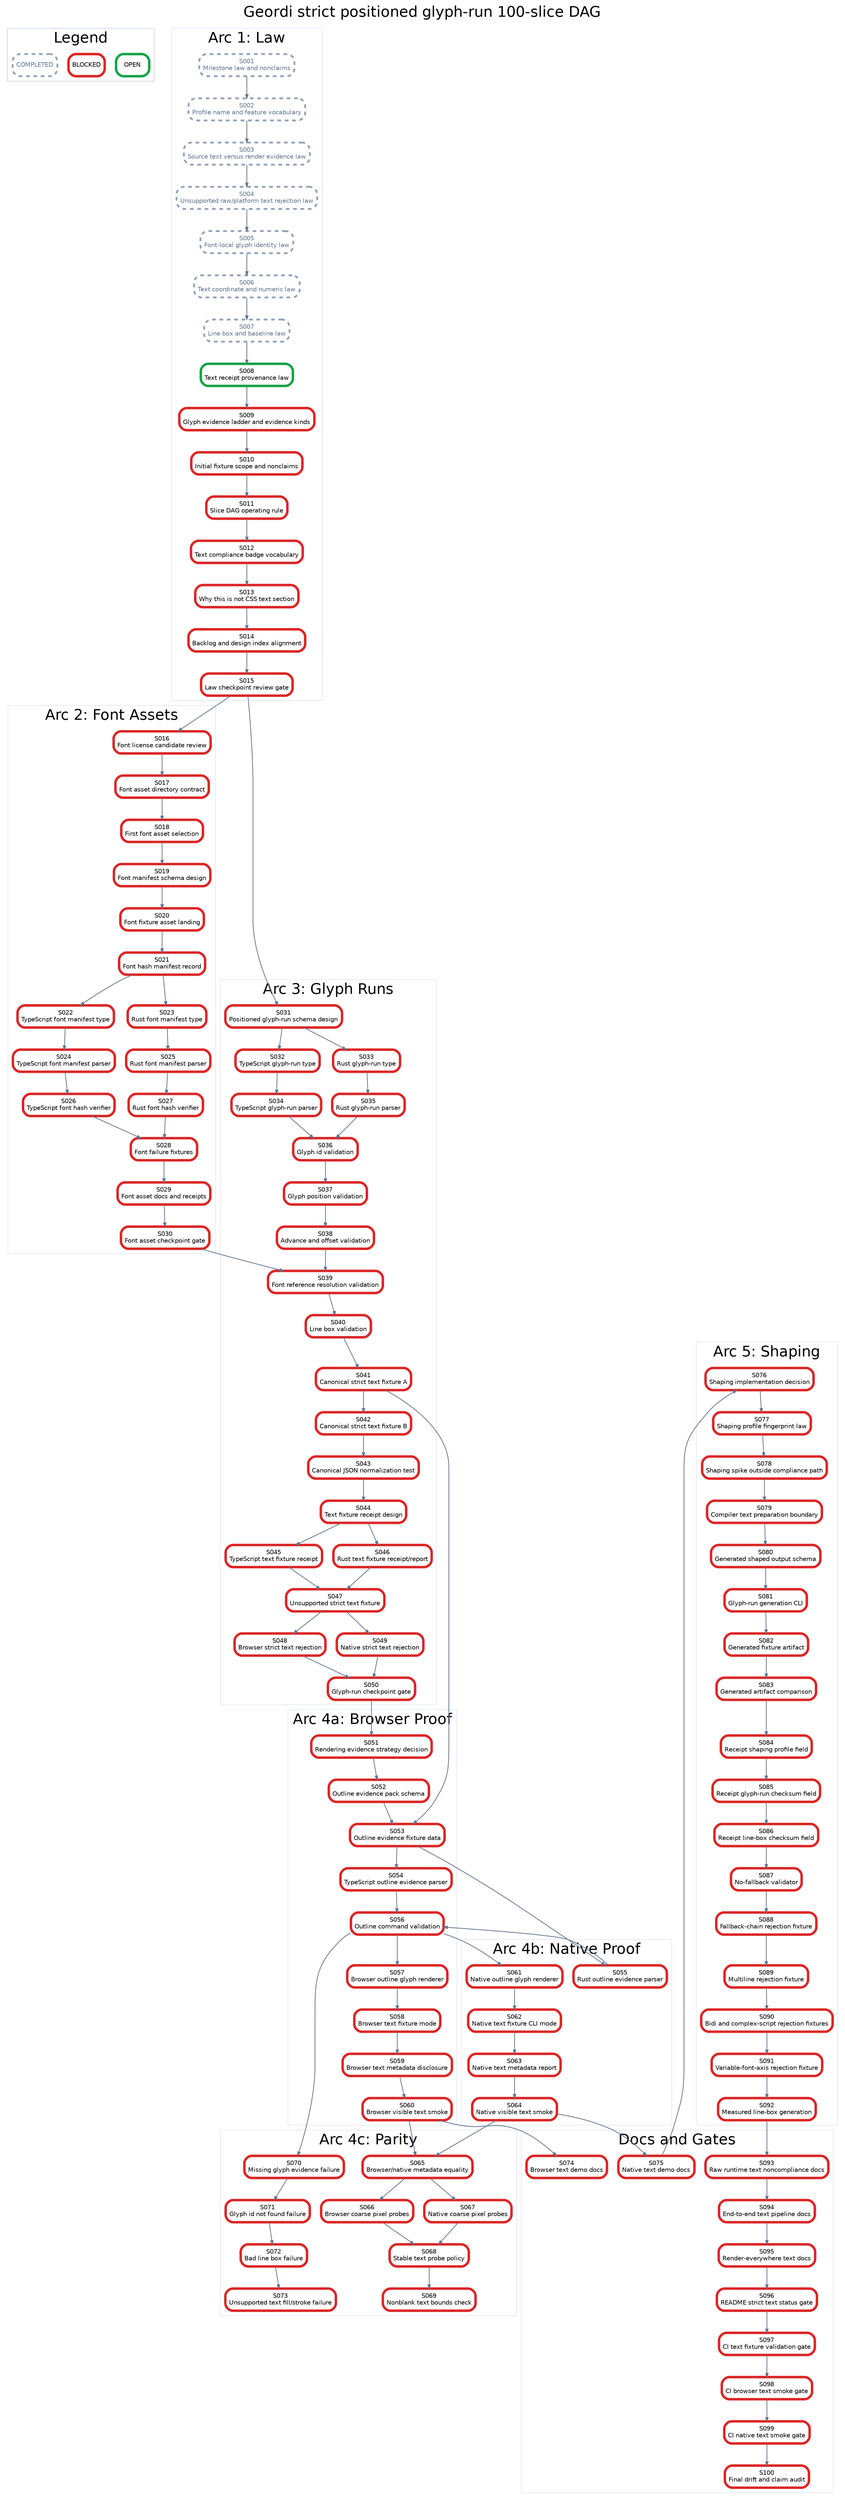
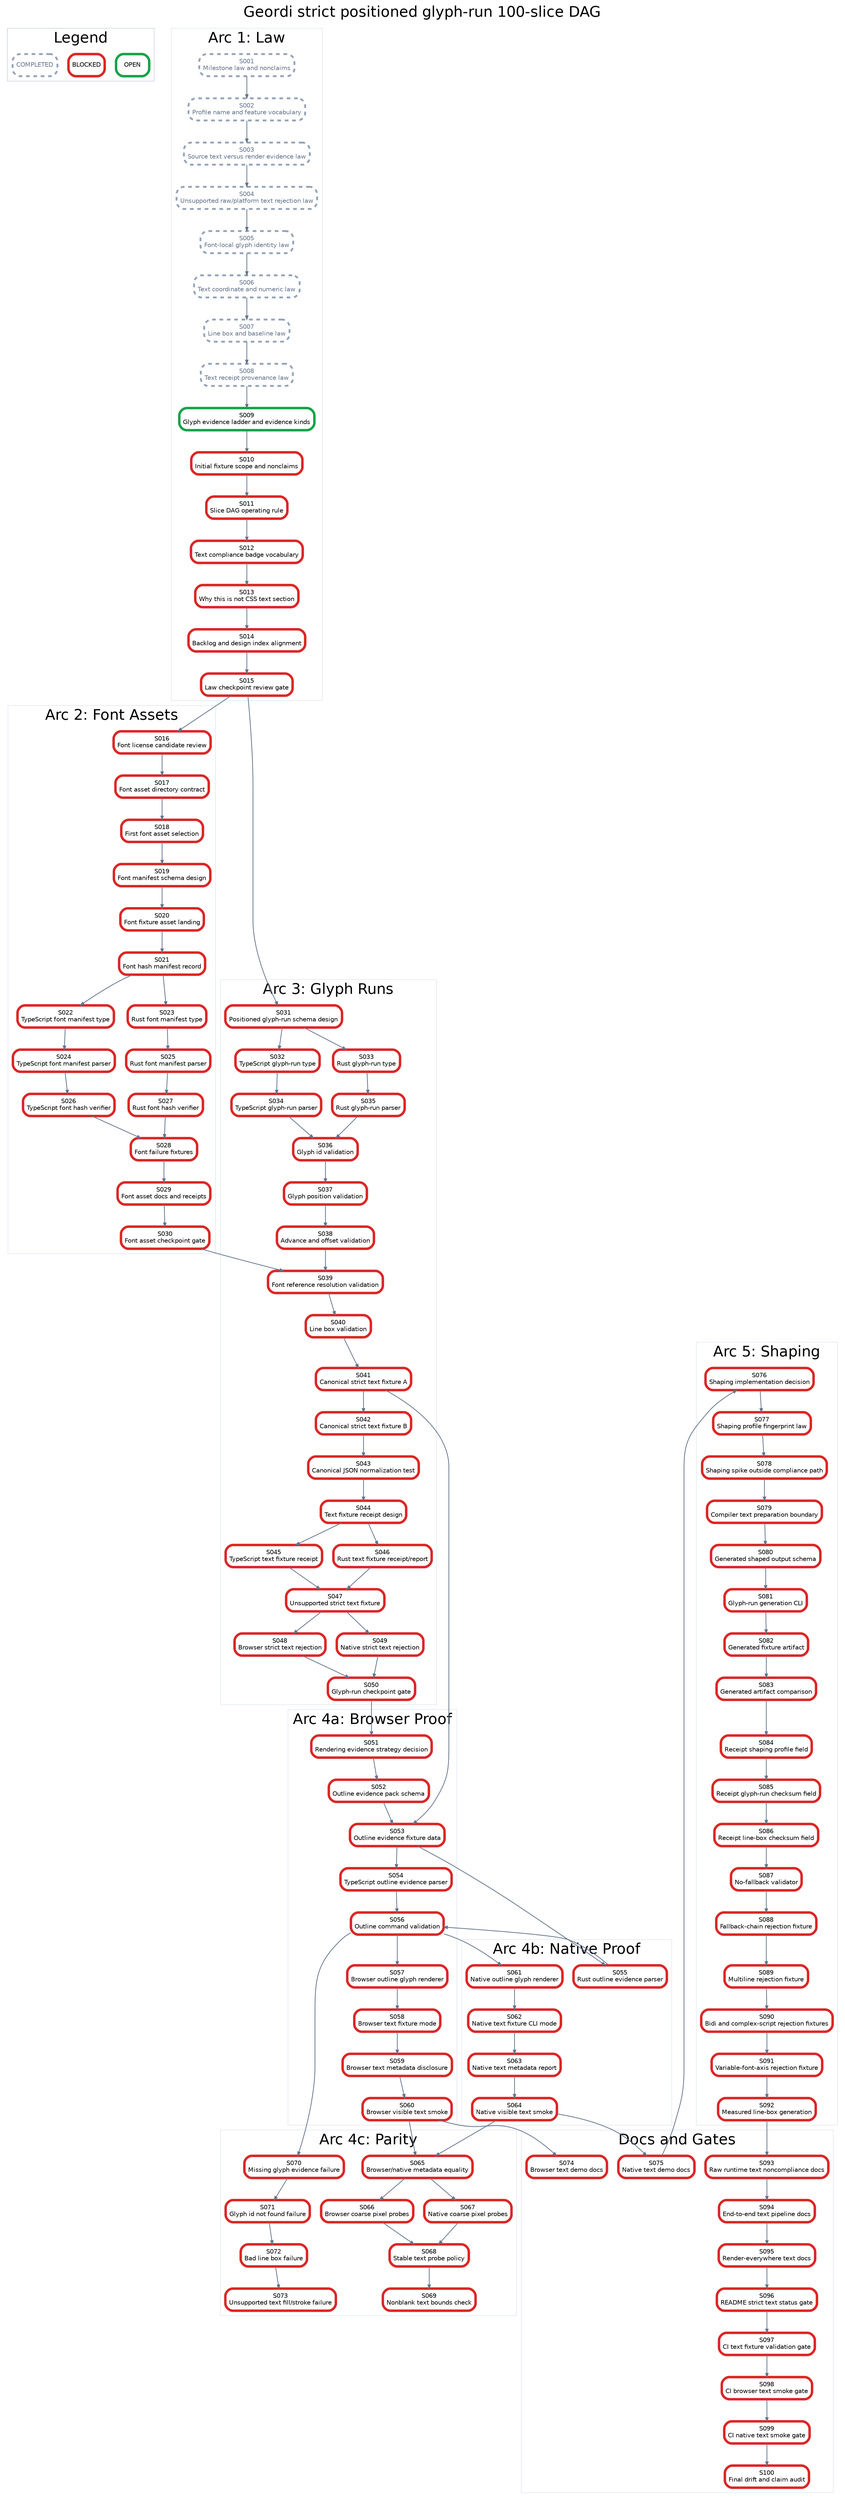
digraph StrictPositionedGlyphRunPlan {
  graph [rankdir=TB, bgcolor="white", fontname="Helvetica", label="Geordi strict positioned glyph-run 100-slice DAG", labelloc="t", fontsize=24];
  node [shape=box, style="rounded,filled", fillcolor="white", fontname="Helvetica", fontsize=10, margin="0.08,0.05"];
  edge [color="#64748b", arrowsize=0.6, penwidth=1.2];

  subgraph cluster_legend {
    label="Legend";
    color="#cbd5e1";
    legend_open [label="OPEN", color="#16a34a", penwidth=4];
    legend_blocked [label="BLOCKED", color="#dc2626", penwidth=4];
    legend_done [label="COMPLETED", color="#94a3b8", penwidth=3, style="rounded,filled,dashed", fontcolor="#64748b"];
  }

  subgraph cluster_law {
    label="Arc 1: Law";
    color="#e2e8f0";
    S001 [label="S001\nMilestone law and nonclaims", color="#94a3b8", penwidth=3, style="rounded,filled,dashed", fontcolor="#64748b"];
    S002 [label="S002\nProfile name and feature vocabulary", color="#94a3b8", penwidth=3, style="rounded,filled,dashed", fontcolor="#64748b"];
    S003 [label="S003\nSource text versus render evidence law", color="#94a3b8", penwidth=3, style="rounded,filled,dashed", fontcolor="#64748b"];
    S004 [label="S004\nUnsupported raw/platform text rejection law", color="#94a3b8", penwidth=3, style="rounded,filled,dashed", fontcolor="#64748b"];
    S005 [label="S005\nFont-local glyph identity law", color="#94a3b8", penwidth=3, style="rounded,filled,dashed", fontcolor="#64748b"];
    S006 [label="S006\nText coordinate and numeric law", color="#94a3b8", penwidth=3, style="rounded,filled,dashed", fontcolor="#64748b"];
    S007 [label="S007\nLine box and baseline law", color="#94a3b8", penwidth=3, style="rounded,filled,dashed", fontcolor="#64748b"];
-     S008 [label="S008\nText receipt provenance law", color="#16a34a", penwidth=4];
-     S009 [label="S009\nGlyph evidence ladder and evidence kinds", color="#dc2626", penwidth=4];
+     S008 [label="S008\nText receipt provenance law", color="#94a3b8", penwidth=3, style="rounded,filled,dashed", fontcolor="#64748b"];
+     S009 [label="S009\nGlyph evidence ladder and evidence kinds", color="#16a34a", penwidth=4];
    S010 [label="S010\nInitial fixture scope and nonclaims", color="#dc2626", penwidth=4];
    S011 [label="S011\nSlice DAG operating rule", color="#dc2626", penwidth=4];
    S012 [label="S012\nText compliance badge vocabulary", color="#dc2626", penwidth=4];
    S013 [label="S013\nWhy this is not CSS text section", color="#dc2626", penwidth=4];
    S014 [label="S014\nBacklog and design index alignment", color="#dc2626", penwidth=4];
    S015 [label="S015\nLaw checkpoint review gate", color="#dc2626", penwidth=4];
  }

  subgraph cluster_assets {
    label="Arc 2: Font Assets";
    color="#e2e8f0";
    S016 [label="S016\nFont license candidate review", color="#dc2626", penwidth=4];
    S017 [label="S017\nFont asset directory contract", color="#dc2626", penwidth=4];
    S018 [label="S018\nFirst font asset selection", color="#dc2626", penwidth=4];
    S019 [label="S019\nFont manifest schema design", color="#dc2626", penwidth=4];
    S020 [label="S020\nFont fixture asset landing", color="#dc2626", penwidth=4];
    S021 [label="S021\nFont hash manifest record", color="#dc2626", penwidth=4];
    S022 [label="S022\nTypeScript font manifest type", color="#dc2626", penwidth=4];
    S023 [label="S023\nRust font manifest type", color="#dc2626", penwidth=4];
    S024 [label="S024\nTypeScript font manifest parser", color="#dc2626", penwidth=4];
    S025 [label="S025\nRust font manifest parser", color="#dc2626", penwidth=4];
    S026 [label="S026\nTypeScript font hash verifier", color="#dc2626", penwidth=4];
    S027 [label="S027\nRust font hash verifier", color="#dc2626", penwidth=4];
    S028 [label="S028\nFont failure fixtures", color="#dc2626", penwidth=4];
    S029 [label="S029\nFont asset docs and receipts", color="#dc2626", penwidth=4];
    S030 [label="S030\nFont asset checkpoint gate", color="#dc2626", penwidth=4];
  }

  subgraph cluster_glyph {
    label="Arc 3: Glyph Runs";
    color="#e2e8f0";
    S031 [label="S031\nPositioned glyph-run schema design", color="#dc2626", penwidth=4];
    S032 [label="S032\nTypeScript glyph-run type", color="#dc2626", penwidth=4];
    S033 [label="S033\nRust glyph-run type", color="#dc2626", penwidth=4];
    S034 [label="S034\nTypeScript glyph-run parser", color="#dc2626", penwidth=4];
    S035 [label="S035\nRust glyph-run parser", color="#dc2626", penwidth=4];
    S036 [label="S036\nGlyph id validation", color="#dc2626", penwidth=4];
    S037 [label="S037\nGlyph position validation", color="#dc2626", penwidth=4];
    S038 [label="S038\nAdvance and offset validation", color="#dc2626", penwidth=4];
    S039 [label="S039\nFont reference resolution validation", color="#dc2626", penwidth=4];
    S040 [label="S040\nLine box validation", color="#dc2626", penwidth=4];
    S041 [label="S041\nCanonical strict text fixture A", color="#dc2626", penwidth=4];
    S042 [label="S042\nCanonical strict text fixture B", color="#dc2626", penwidth=4];
    S043 [label="S043\nCanonical JSON normalization test", color="#dc2626", penwidth=4];
    S044 [label="S044\nText fixture receipt design", color="#dc2626", penwidth=4];
    S045 [label="S045\nTypeScript text fixture receipt", color="#dc2626", penwidth=4];
    S046 [label="S046\nRust text fixture receipt/report", color="#dc2626", penwidth=4];
    S047 [label="S047\nUnsupported strict text fixture", color="#dc2626", penwidth=4];
    S048 [label="S048\nBrowser strict text rejection", color="#dc2626", penwidth=4];
    S049 [label="S049\nNative strict text rejection", color="#dc2626", penwidth=4];
    S050 [label="S050\nGlyph-run checkpoint gate", color="#dc2626", penwidth=4];
  }

  subgraph cluster_browser {
    label="Arc 4a: Browser Proof";
    color="#e2e8f0";
    S051 [label="S051\nRendering evidence strategy decision", color="#dc2626", penwidth=4];
    S052 [label="S052\nOutline evidence pack schema", color="#dc2626", penwidth=4];
    S053 [label="S053\nOutline evidence fixture data", color="#dc2626", penwidth=4];
    S054 [label="S054\nTypeScript outline evidence parser", color="#dc2626", penwidth=4];
    S056 [label="S056\nOutline command validation", color="#dc2626", penwidth=4];
    S057 [label="S057\nBrowser outline glyph renderer", color="#dc2626", penwidth=4];
    S058 [label="S058\nBrowser text fixture mode", color="#dc2626", penwidth=4];
    S059 [label="S059\nBrowser text metadata disclosure", color="#dc2626", penwidth=4];
    S060 [label="S060\nBrowser visible text smoke", color="#dc2626", penwidth=4];
  }

  subgraph cluster_native {
    label="Arc 4b: Native Proof";
    color="#e2e8f0";
    S055 [label="S055\nRust outline evidence parser", color="#dc2626", penwidth=4];
    S061 [label="S061\nNative outline glyph renderer", color="#dc2626", penwidth=4];
    S062 [label="S062\nNative text fixture CLI mode", color="#dc2626", penwidth=4];
    S063 [label="S063\nNative text metadata report", color="#dc2626", penwidth=4];
    S064 [label="S064\nNative visible text smoke", color="#dc2626", penwidth=4];
  }

  subgraph cluster_parity {
    label="Arc 4c: Parity";
    color="#e2e8f0";
    S065 [label="S065\nBrowser/native metadata equality", color="#dc2626", penwidth=4];
    S066 [label="S066\nBrowser coarse pixel probes", color="#dc2626", penwidth=4];
    S067 [label="S067\nNative coarse pixel probes", color="#dc2626", penwidth=4];
    S068 [label="S068\nStable text probe policy", color="#dc2626", penwidth=4];
    S069 [label="S069\nNonblank text bounds check", color="#dc2626", penwidth=4];
    S070 [label="S070\nMissing glyph evidence failure", color="#dc2626", penwidth=4];
    S071 [label="S071\nGlyph id not found failure", color="#dc2626", penwidth=4];
    S072 [label="S072\nBad line box failure", color="#dc2626", penwidth=4];
    S073 [label="S073\nUnsupported text fill/stroke failure", color="#dc2626", penwidth=4];
  }

  subgraph cluster_shaping {
    label="Arc 5: Shaping";
    color="#e2e8f0";
    S076 [label="S076\nShaping implementation decision", color="#dc2626", penwidth=4];
    S077 [label="S077\nShaping profile fingerprint law", color="#dc2626", penwidth=4];
    S078 [label="S078\nShaping spike outside compliance path", color="#dc2626", penwidth=4];
    S079 [label="S079\nCompiler text preparation boundary", color="#dc2626", penwidth=4];
    S080 [label="S080\nGenerated shaped output schema", color="#dc2626", penwidth=4];
    S081 [label="S081\nGlyph-run generation CLI", color="#dc2626", penwidth=4];
    S082 [label="S082\nGenerated fixture artifact", color="#dc2626", penwidth=4];
    S083 [label="S083\nGenerated artifact comparison", color="#dc2626", penwidth=4];
    S084 [label="S084\nReceipt shaping profile field", color="#dc2626", penwidth=4];
    S085 [label="S085\nReceipt glyph-run checksum field", color="#dc2626", penwidth=4];
    S086 [label="S086\nReceipt line-box checksum field", color="#dc2626", penwidth=4];
    S087 [label="S087\nNo-fallback validator", color="#dc2626", penwidth=4];
    S088 [label="S088\nFallback-chain rejection fixture", color="#dc2626", penwidth=4];
    S089 [label="S089\nMultiline rejection fixture", color="#dc2626", penwidth=4];
    S090 [label="S090\nBidi and complex-script rejection fixtures", color="#dc2626", penwidth=4];
    S091 [label="S091\nVariable-font-axis rejection fixture", color="#dc2626", penwidth=4];
    S092 [label="S092\nMeasured line-box generation", color="#dc2626", penwidth=4];
  }

  subgraph cluster_docs {
    label="Docs and Gates";
    color="#e2e8f0";
    S074 [label="S074\nBrowser text demo docs", color="#dc2626", penwidth=4];
    S075 [label="S075\nNative text demo docs", color="#dc2626", penwidth=4];
    S093 [label="S093\nRaw runtime text noncompliance docs", color="#dc2626", penwidth=4];
    S094 [label="S094\nEnd-to-end text pipeline docs", color="#dc2626", penwidth=4];
    S095 [label="S095\nRender-everywhere text docs", color="#dc2626", penwidth=4];
    S096 [label="S096\nREADME strict text status gate", color="#dc2626", penwidth=4];
    S097 [label="S097\nCI text fixture validation gate", color="#dc2626", penwidth=4];
    S098 [label="S098\nCI browser text smoke gate", color="#dc2626", penwidth=4];
    S099 [label="S099\nCI native text smoke gate", color="#dc2626", penwidth=4];
    S100 [label="S100\nFinal drift and claim audit", color="#dc2626", penwidth=4];
  }

  S001 -> S002;
  S002 -> S003;
  S003 -> S004;
  S004 -> S005;
  S005 -> S006;
  S006 -> S007;
  S007 -> S008;
  S008 -> S009;
  S009 -> S010;
  S010 -> S011;
  S011 -> S012;
  S012 -> S013;
  S013 -> S014;
  S014 -> S015;
  S015 -> S016;
  S016 -> S017;
  S017 -> S018;
  S018 -> S019;
  S019 -> S020;
  S020 -> S021;
  S021 -> S022;
  S021 -> S023;
  S022 -> S024;
  S023 -> S025;
  S024 -> S026;
  S025 -> S027;
  S026 -> S028;
  S027 -> S028;
  S028 -> S029;
  S029 -> S030;
  S015 -> S031;
  S031 -> S032;
  S031 -> S033;
  S032 -> S034;
  S033 -> S035;
  S034 -> S036;
  S035 -> S036;
  S036 -> S037;
  S037 -> S038;
  S038 -> S039;
  S039 -> S040;
  S030 -> S039;
  S040 -> S041;
  S041 -> S042;
  S042 -> S043;
  S043 -> S044;
  S044 -> S045;
  S044 -> S046;
  S045 -> S047;
  S046 -> S047;
  S047 -> S048;
  S047 -> S049;
  S048 -> S050;
  S049 -> S050;
  S050 -> S051;
  S051 -> S052;
  S052 -> S053;
  S041 -> S053;
  S053 -> S054;
  S053 -> S055;
  S054 -> S056;
  S055 -> S056;
  S056 -> S057;
  S057 -> S058;
  S058 -> S059;
  S059 -> S060;
  S056 -> S061;
  S061 -> S062;
  S062 -> S063;
  S063 -> S064;
  S060 -> S065;
  S064 -> S065;
  S065 -> S066;
  S065 -> S067;
  S066 -> S068;
  S067 -> S068;
  S068 -> S069;
  S056 -> S070;
  S070 -> S071;
  S071 -> S072;
  S072 -> S073;
  S060 -> S074;
  S064 -> S075;
  S075 -> S076;
  S076 -> S077;
  S077 -> S078;
  S078 -> S079;
  S079 -> S080;
  S080 -> S081;
  S081 -> S082;
  S082 -> S083;
  S083 -> S084;
  S084 -> S085;
  S085 -> S086;
  S086 -> S087;
  S087 -> S088;
  S088 -> S089;
  S089 -> S090;
  S090 -> S091;
  S091 -> S092;
  S092 -> S093;
  S093 -> S094;
  S094 -> S095;
  S095 -> S096;
  S096 -> S097;
  S097 -> S098;
  S098 -> S099;
  S099 -> S100;
}
